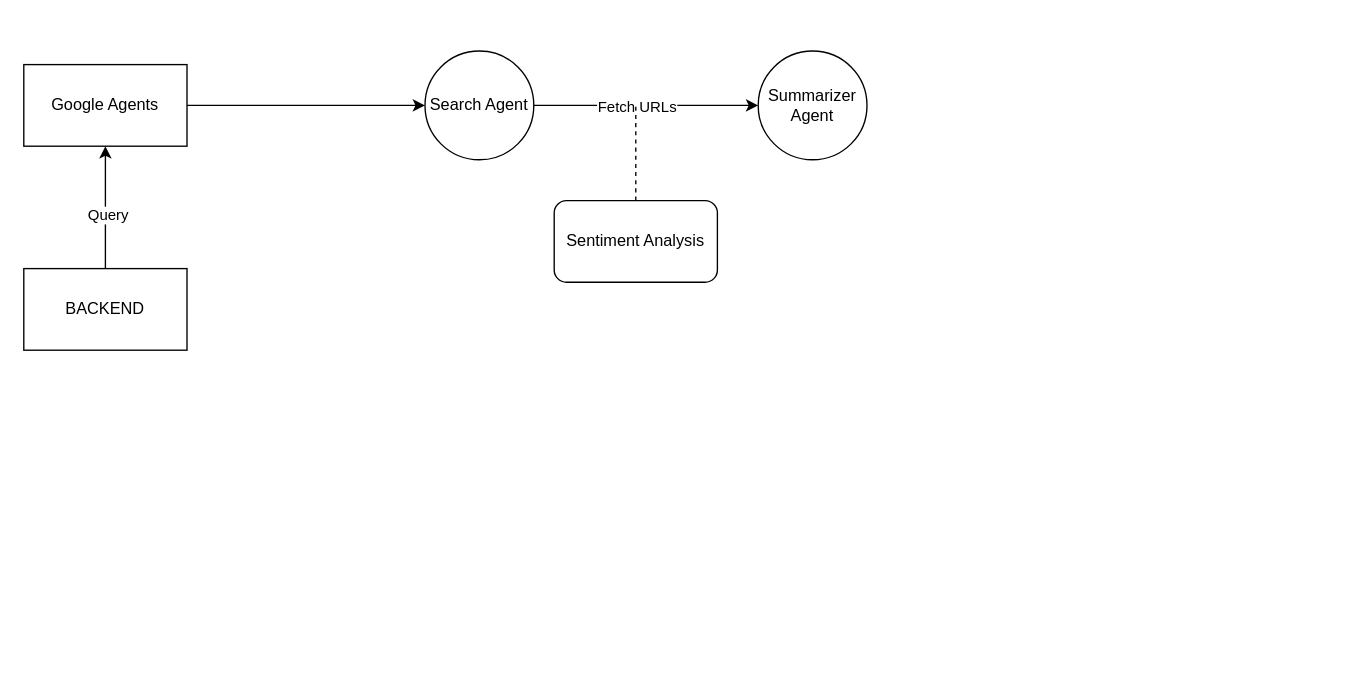
amaurydelille/google-cloud-agent-development-kit-hackathon-2025 keeps this draw.io diagram as assets/architecture.drawio. Above is the earlier version. Source tidied: cells renumbered, new cells numbered last; positions are measured from the earlier drawing's top-left corner, leaving out a move shared by most shapes. Both pictures are drawn from the tidied source at 136%, with x=0, y=0 at pixel (23, 50).
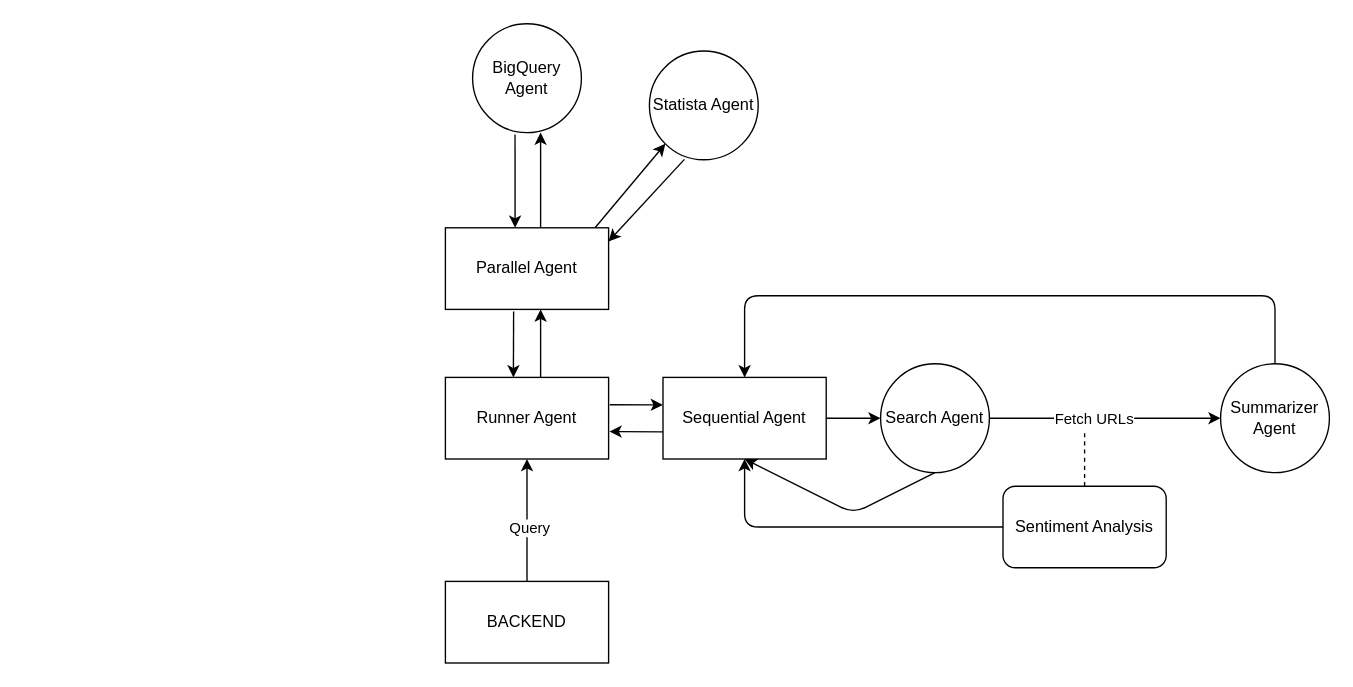
After the change.

Commit message:
feat(diagram): added backend components

What changed in the source:
```diff
@@
     <mxCell id="4" value="BACKEND" style="rounded=0;whiteSpace=wrap;html=1;" parent="1" vertex="1">
-      <mxGeometry y="160" width="120" height="60" as="geometry" />
+      <mxGeometry x="310" y="390" width="120" height="60" as="geometry" />
     </mxCell>
-    <mxCell id="5" style="edgeStyle=none;html=1;" parent="1" edge="1" source="6" target="9">
-      <mxGeometry relative="1" as="geometry" />
+    <mxCell id="5" style="edgeStyle=none;html=1;exitX=1.007;exitY=0.335;exitDx=0;exitDy=0;exitPerimeter=0;" parent="1" edge="1" source="6">
+      <mxGeometry relative="1" as="geometry">
+        <mxPoint x="470" y="260.2" as="targetPoint" />
+      </mxGeometry>
     </mxCell>
+    <mxCell id="13" style="edgeStyle=none;html=1;entryX=0.5;entryY=1;entryDx=0;entryDy=0;" parent="1" edge="1">
+      <mxGeometry relative="1" as="geometry">
+        <mxPoint x="380" y="130" as="sourcePoint" />
+        <mxPoint x="380" y="60" as="targetPoint" />
+        <Array as="points">
+          <mxPoint x="380" y="100" />
+        </Array>
+      </mxGeometry>
+    </mxCell>
+    <mxCell id="14" style="edgeStyle=none;html=1;entryX=0.5;entryY=1;entryDx=0;entryDy=0;" parent="1" edge="1">
+      <mxGeometry relative="1" as="geometry">
+        <mxPoint x="380" y="240" as="sourcePoint" />
+        <mxPoint x="380" y="190" as="targetPoint" />
+      </mxGeometry>
+    </mxCell>
-    <mxCell id="6" value="Google Agents" style="rounded=0;whiteSpace=wrap;html=1;" parent="1" vertex="1">
-      <mxGeometry y="10" width="120" height="60" as="geometry" />
+    <mxCell id="6" value="Runner Agent" style="rounded=0;whiteSpace=wrap;html=1;" parent="1" vertex="1">
+      <mxGeometry x="310" y="240" width="120" height="60" as="geometry" />
     </mxCell>
@@
     <mxCell id="9" value="Search Agent" style="ellipse;whiteSpace=wrap;html=1;rounded=0;" parent="1" vertex="1">
-      <mxGeometry x="295" width="80" height="80" as="geometry" />
+      <mxGeometry x="630" y="230" width="80" height="80" as="geometry" />
     </mxCell>
     <mxCell id="10" value="Summarizer Agent" style="ellipse;whiteSpace=wrap;html=1;rounded=0;" parent="1" vertex="1">
-      <mxGeometry x="540" width="80" height="80" as="geometry" />
+      <mxGeometry x="880" y="230" width="80" height="80" as="geometry" />
     </mxCell>
     <mxCell id="11" value="Sentiment Analysis" style="rounded=1;whiteSpace=wrap;html=1;" parent="1" vertex="1">
-      <mxGeometry x="390" y="110" width="120" height="60" as="geometry" />
+      <mxGeometry x="720" y="320" width="120" height="60" as="geometry" />
     </mxCell>
     <mxCell id="12" style="endArrow=none;dashed=1;html=1;exitX=0.5;exitY=0;exitDx=0;exitDy=0;" parent="1" edge="1" source="11">
       <mxGeometry relative="1" as="geometry">
-        <mxPoint x="450" y="40" as="targetPoint" />
+        <mxPoint x="780" y="280" as="targetPoint" />
       </mxGeometry>
     </mxCell>
+    <mxCell id="15" value="BigQuery Agent" style="ellipse;whiteSpace=wrap;html=1;" parent="1" vertex="1">
+      <mxGeometry x="330" y="-20" width="80" height="80" as="geometry" />
+    </mxCell>
+    <mxCell id="16" value="Statista Agent" style="ellipse;whiteSpace=wrap;html=1;" parent="1" vertex="1">
+      <mxGeometry x="460" width="80" height="80" as="geometry" />
+    </mxCell>
+    <mxCell id="17" style="endArrow=classic;html=1;entryX=0;entryY=1;entryDx=0;entryDy=0;exitX=0.917;exitY=0;exitDx=0;exitDy=0;exitPerimeter=0;" parent="1" edge="1" source="18" target="16">
+      <mxGeometry relative="1" as="geometry" />
+    </mxCell>
+    <mxCell id="18" value="Parallel Agent" style="rounded=0;whiteSpace=wrap;html=1;" parent="1" vertex="1">
+      <mxGeometry x="310" y="130" width="120" height="60" as="geometry" />
+    </mxCell>
+    <mxCell id="19" style="endArrow=classic;html=1;exitX=0.39;exitY=1.017;exitDx=0;exitDy=0;exitPerimeter=0;entryX=0.427;entryY=0;entryDx=0;entryDy=0;entryPerimeter=0;" parent="1" edge="1" source="15" target="18">
+      <mxGeometry relative="1" as="geometry" />
+    </mxCell>
+    <mxCell id="20" style="endArrow=classic;html=1;exitX=0.322;exitY=0.996;exitDx=0;exitDy=0;exitPerimeter=0;" parent="1" edge="1" source="16">
+      <mxGeometry relative="1" as="geometry">
+        <mxPoint x="430" y="140" as="targetPoint" />
+      </mxGeometry>
+    </mxCell>
+    <mxCell id="21" style="edgeStyle=none;html=1;entryX=0.5;entryY=1;entryDx=0;entryDy=0;exitX=0.418;exitY=1.025;exitDx=0;exitDy=0;exitPerimeter=0;" parent="1" edge="1" source="18">
+      <mxGeometry relative="1" as="geometry">
+        <mxPoint x="360" y="240" as="targetPoint" />
+      </mxGeometry>
+    </mxCell>
+    <mxCell id="22" value="Sequential Agent" style="rounded=0;whiteSpace=wrap;html=1;" parent="1" vertex="1">
+      <mxGeometry x="470" y="240" width="120" height="60" as="geometry" />
+    </mxCell>
+    <mxCell id="23" style="endArrow=classic;html=1;entryX=0;entryY=0.5;entryDx=0;entryDy=0;" parent="1" edge="1" target="9">
+      <mxGeometry relative="1" as="geometry">
+        <mxPoint x="590" y="270" as="sourcePoint" />
+      </mxGeometry>
+    </mxCell>
+    <mxCell id="24" style="endArrow=classic;html=1;exitX=0;exitY=0.667;exitDx=0;exitDy=0;exitPerimeter=0;entryX=1.005;entryY=0.663;entryDx=0;entryDy=0;entryPerimeter=0;" parent="1" edge="1" source="22" target="6">
+      <mxGeometry relative="1" as="geometry" />
+    </mxCell>
+    <mxCell id="25" style="endArrow=classic;html=1;exitX=0.5;exitY=1;exitDx=0;exitDy=0;entryX=0.5;entryY=1;entryDx=0;entryDy=0;" parent="1" edge="1" source="9" target="22">
+      <mxGeometry relative="1" as="geometry">
+        <Array as="points">
+          <mxPoint x="610" y="340" />
+        </Array>
+      </mxGeometry>
+    </mxCell>
+    <mxCell id="26" style="endArrow=classic;html=1;exitX=0.5;exitY=1;exitDx=0;exitDy=0;" parent="1" edge="1">
+      <mxGeometry relative="1" as="geometry">
+        <mxPoint x="720" y="350" as="sourcePoint" />
+        <mxPoint x="530" y="300" as="targetPoint" />
+        <Array as="points">
+          <mxPoint x="530" y="350" />
+        </Array>
+      </mxGeometry>
+    </mxCell>
+    <mxCell id="27" style="endArrow=classic;html=1;exitX=0.5;exitY=1;exitDx=0;exitDy=0;entryX=0.5;entryY=0;entryDx=0;entryDy=0;" parent="1" edge="1" target="22">
+      <mxGeometry relative="1" as="geometry">
+        <mxPoint x="920" y="230" as="sourcePoint" />
+        <Array as="points">
+          <mxPoint x="920" y="180" />
+          <mxPoint x="530" y="180" />
+        </Array>
+      </mxGeometry>
+    </mxCell>
```
